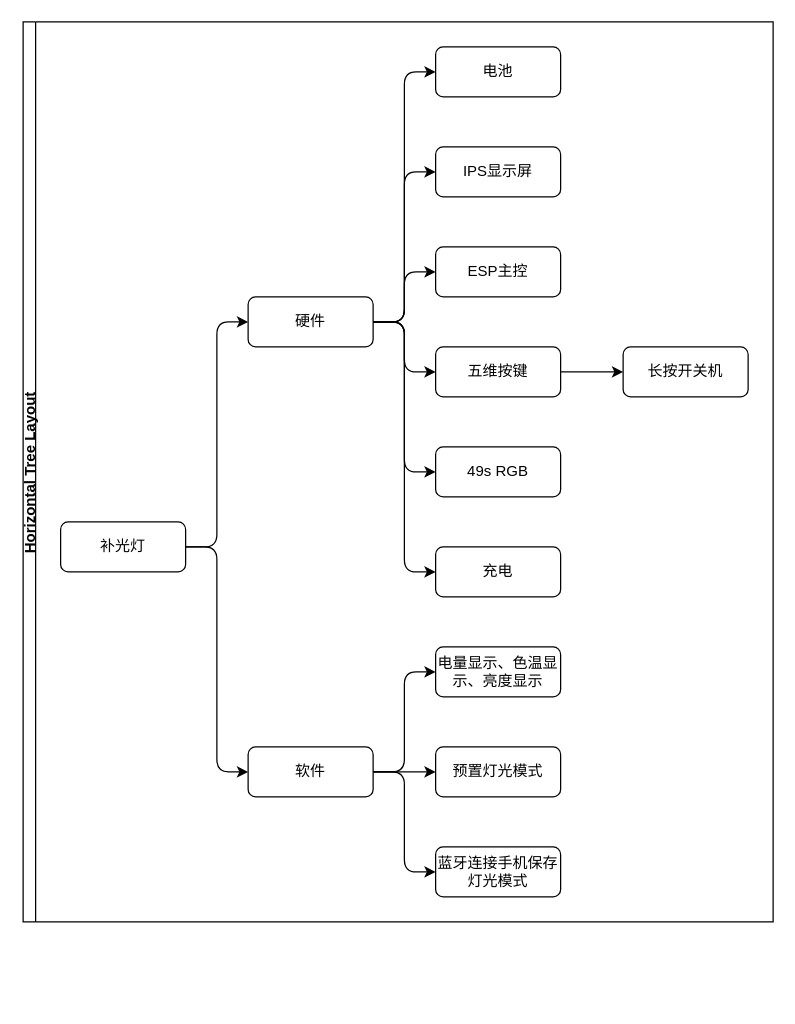
Before: Fill Light.drawio in Tianli-Wang/Draw.io, a draw.io diagram. Source tidied: cells renumbered, new cells numbered last; positions are measured from the earlier drawing's top-left corner, leaving out a move shared by most shapes. Both pictures are drawn from the tidied source at 125%, with x=0, y=0 at pixel (22, 21).
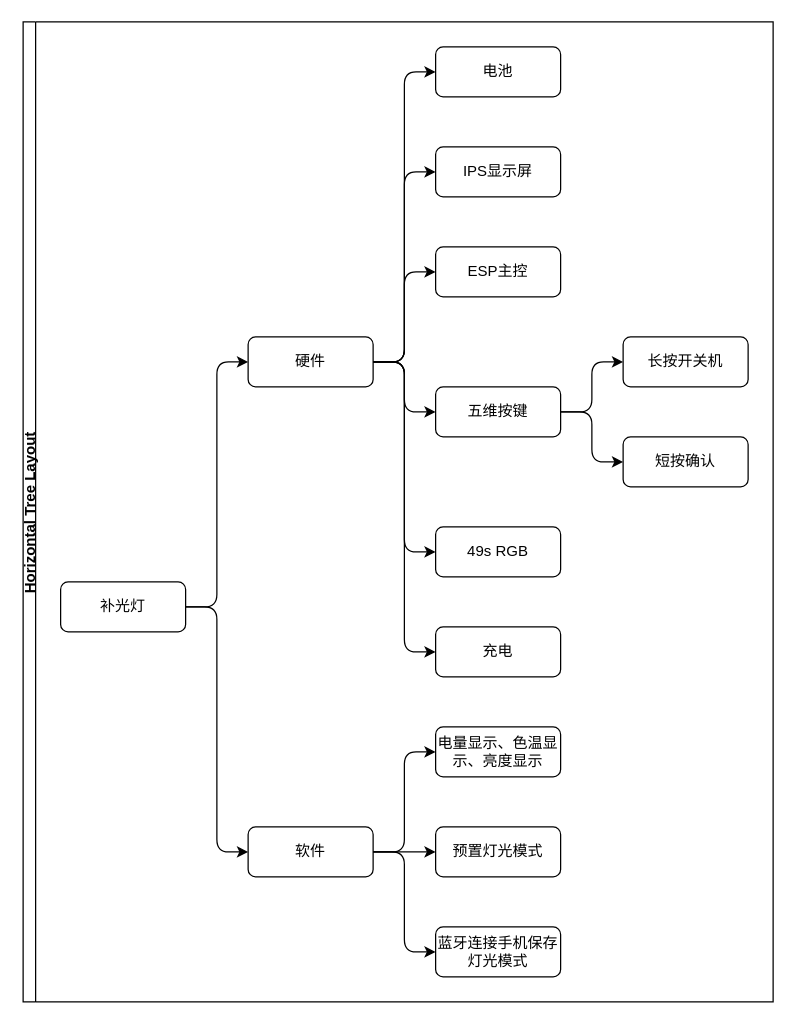
Above is the later version.

What changed in the source:
```diff
@@
     <mxCell id="2" value="Horizontal Tree Layout" style="swimlane;startSize=10;horizontal=0;horizontalTree=1;sortEdges=1;containerType=tree;fontSize=12;" parent="1" vertex="1">
-      <mxGeometry width="600" height="720" as="geometry" />
+      <mxGeometry width="600" height="784" as="geometry" />
     </mxCell>
     <mxCell id="3" value="补光灯" style="whiteSpace=wrap;html=1;rounded=1;" parent="2" vertex="1">
-      <mxGeometry x="30" y="400" width="100" height="40" as="geometry" />
+      <mxGeometry x="30" y="448" width="100" height="40" as="geometry" />
     </mxCell>
     <mxCell id="4" value="硬件" style="whiteSpace=wrap;html=1;rounded=1;" parent="2" vertex="1">
-      <mxGeometry x="180" y="220" width="100" height="40" as="geometry" />
+      <mxGeometry x="180" y="252" width="100" height="40" as="geometry" />
     </mxCell>
@@
     <mxCell id="13" value="五维按键" style="whiteSpace=wrap;html=1;rounded=1;" parent="2" vertex="1">
-      <mxGeometry x="330" y="260" width="100" height="40" as="geometry" />
+      <mxGeometry x="330" y="292" width="100" height="40" as="geometry" />
     </mxCell>
@@
     <mxCell id="15" value="49s RGB" style="whiteSpace=wrap;html=1;rounded=1;" parent="2" vertex="1">
-      <mxGeometry x="330" y="340" width="100" height="40" as="geometry" />
+      <mxGeometry x="330" y="404" width="100" height="40" as="geometry" />
     </mxCell>
@@
     <mxCell id="17" value="充电" style="whiteSpace=wrap;html=1;rounded=1;" parent="2" vertex="1">
-      <mxGeometry x="330" y="420" width="100" height="40" as="geometry" />
+      <mxGeometry x="330" y="484" width="100" height="40" as="geometry" />
     </mxCell>
     <mxCell id="18" value="软件" style="whiteSpace=wrap;html=1;rounded=1;" parent="2" vertex="1">
-      <mxGeometry x="180" y="580" width="100" height="40" as="geometry" />
+      <mxGeometry x="180" y="644" width="100" height="40" as="geometry" />
     </mxCell>
@@
     <mxCell id="21" value="电量显示、色温显示、亮度显示" style="whiteSpace=wrap;html=1;rounded=1;" parent="2" vertex="1">
-      <mxGeometry x="330" y="500" width="100" height="40" as="geometry" />
+      <mxGeometry x="330" y="564" width="100" height="40" as="geometry" />
     </mxCell>
@@
     <mxCell id="23" value="预置灯光模式" style="whiteSpace=wrap;html=1;rounded=1;" parent="2" vertex="1">
-      <mxGeometry x="330" y="580" width="100" height="40" as="geometry" />
+      <mxGeometry x="330" y="644" width="100" height="40" as="geometry" />
     </mxCell>
@@
     <mxCell id="25" value="蓝牙连接手机保存灯光模式" style="whiteSpace=wrap;html=1;rounded=1;" parent="2" vertex="1">
-      <mxGeometry x="330" y="660" width="100" height="40" as="geometry" />
+      <mxGeometry x="330" y="724" width="100" height="40" as="geometry" />
     </mxCell>
@@
     <mxCell id="27" value="长按开关机" style="whiteSpace=wrap;html=1;rounded=1;" parent="2" vertex="1">
-      <mxGeometry x="480" y="260" width="100" height="40" as="geometry" />
+      <mxGeometry x="480" y="252" width="100" height="40" as="geometry" />
     </mxCell>
+    <mxCell id="28" style="edgeStyle=elbowEdgeStyle;elbow=horizontal;html=1;rounded=1;curved=0;sourcePerimeterSpacing=0;targetPerimeterSpacing=0;startSize=6;endSize=6;" parent="2" edge="1" source="13" target="29">
+      <mxGeometry relative="1" as="geometry" />
+    </mxCell>
+    <mxCell id="29" value="短按确认" style="whiteSpace=wrap;html=1;rounded=1;" parent="2" vertex="1">
+      <mxGeometry x="480" y="332" width="100" height="40" as="geometry" />
+    </mxCell>
```
